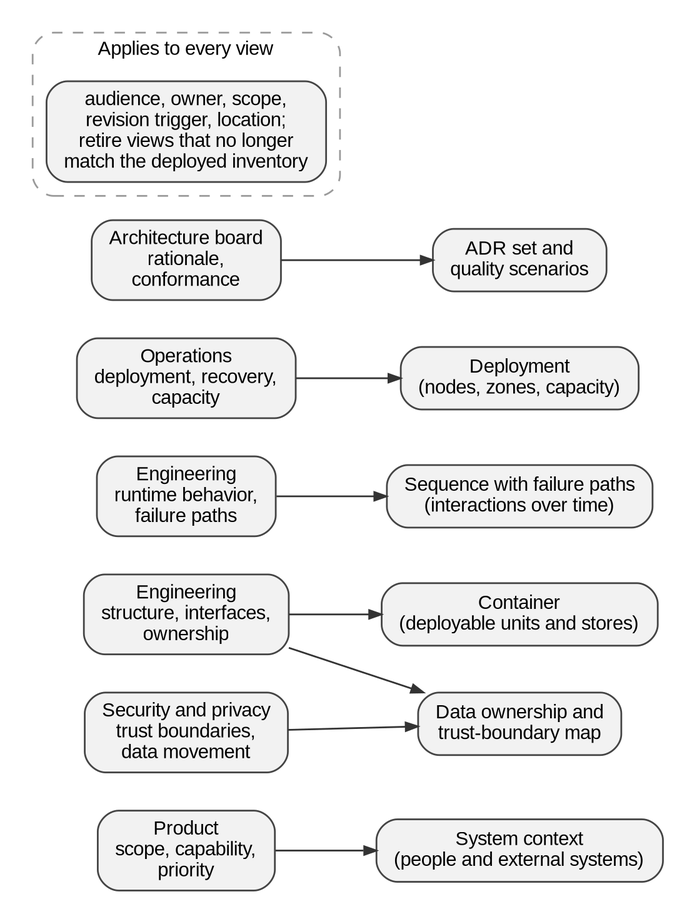
cesarcastrocuba/handbook-solutions-architecture keeps this Graphviz diagram as assets/diagrams/rendered/ch12-view-concern-map.png. Above is the earlier version. Its source is kept beside it as assets/diagrams/src/ch12-view-concern-map.dot.
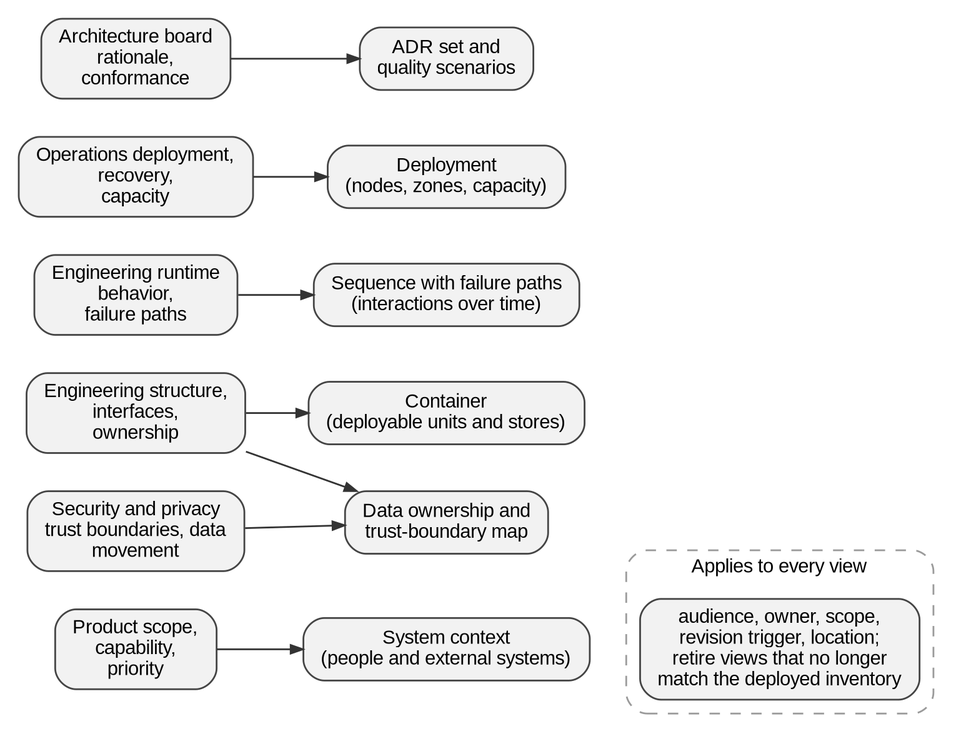
Later version of the same file.

The edit, as a diff of the source:
```diff
@@ -1,11 +1,11 @@
 digraph G {
 
  rankdir=LR;
- c1 [label="Product\nscope, capability,\npriority"];
- c2 [label="Engineering\nstructure, interfaces,\nownership"];
- c3 [label="Engineering\nruntime behavior,\nfailure paths"];
- c4 [label="Operations\ndeployment, recovery,\ncapacity"];
- c5 [label="Security and privacy\ntrust boundaries,\ndata movement"];
+ c1 [label="Product scope,\ncapability,\npriority"];
+ c2 [label="Engineering structure,\ninterfaces,\nownership"];
+ c3 [label="Engineering runtime\nbehavior,\nfailure paths"];
+ c4 [label="Operations deployment,\nrecovery,\ncapacity"];
+ c5 [label="Security and privacy\ntrust boundaries, data\nmovement"];
  c6 [label="Architecture board\nrationale,\nconformance"];
  v1 [label="System context\n(people and external systems)"];
  v2 [label="Container\n(deployable units and stores)"];
@@ -22,4 +22,5 @@
  subgraph cluster_note { label="Applies to every view";
   n [label="audience, owner, scope,\nrevision trigger, location;\nretire views that no longer\nmatch the deployed inventory"];
  }
+ v1 -> n [style=invis];
 }
```
